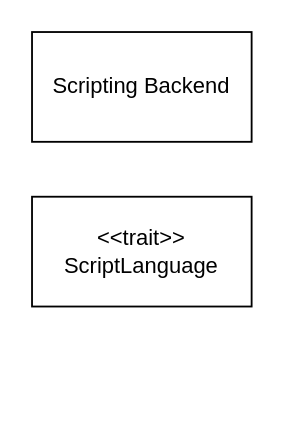
The draw.io diagram docs/scripting.drawio in mattkleiny/surreal-rust, before the edit. Source tidied: cells renumbered, new cells numbered last; positions are measured from the earlier drawing's top-left corner, leaving out a move shared by most shapes. Both pictures are drawn from the tidied source at 183%, with x=0, y=0 at pixel (31, 31).
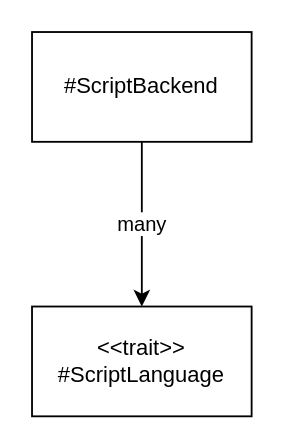
The same page after the edit.

What changed in the source:
```diff
@@
 <mxGraphModel>
   <root>
     <mxCell id="0" />
     <mxCell id="1" parent="0" />
+    <mxCell id="4" value="many" style="edgeStyle=none;html=1;" parent="1" edge="1" source="2" target="3">
+      <mxGeometry relative="1" as="geometry" />
+    </mxCell>
-    <mxCell id="2" value="Scripting Backend" style="rounded=0;whiteSpace=wrap;html=1;" parent="1" vertex="1">
+    <mxCell id="2" value="#ScriptBackend" style="rounded=0;whiteSpace=wrap;html=1;" parent="1" vertex="1">
       <mxGeometry width="120" height="60" as="geometry" />
     </mxCell>
-    <mxCell id="3" value="&amp;lt;&amp;lt;trait&amp;gt;&amp;gt;&lt;br&gt;ScriptLanguage" style="whiteSpace=wrap;html=1;rounded=0;" parent="1" vertex="1">
-      <mxGeometry y="90" width="120" height="60" as="geometry" />
+    <mxCell id="3" value="&amp;lt;&amp;lt;trait&amp;gt;&amp;gt;&lt;br&gt;#ScriptLanguage" style="whiteSpace=wrap;html=1;rounded=0;" parent="1" vertex="1">
+      <mxGeometry y="150" width="120" height="60" as="geometry" />
     </mxCell>
   </root>
 </mxGraphModel>
```
